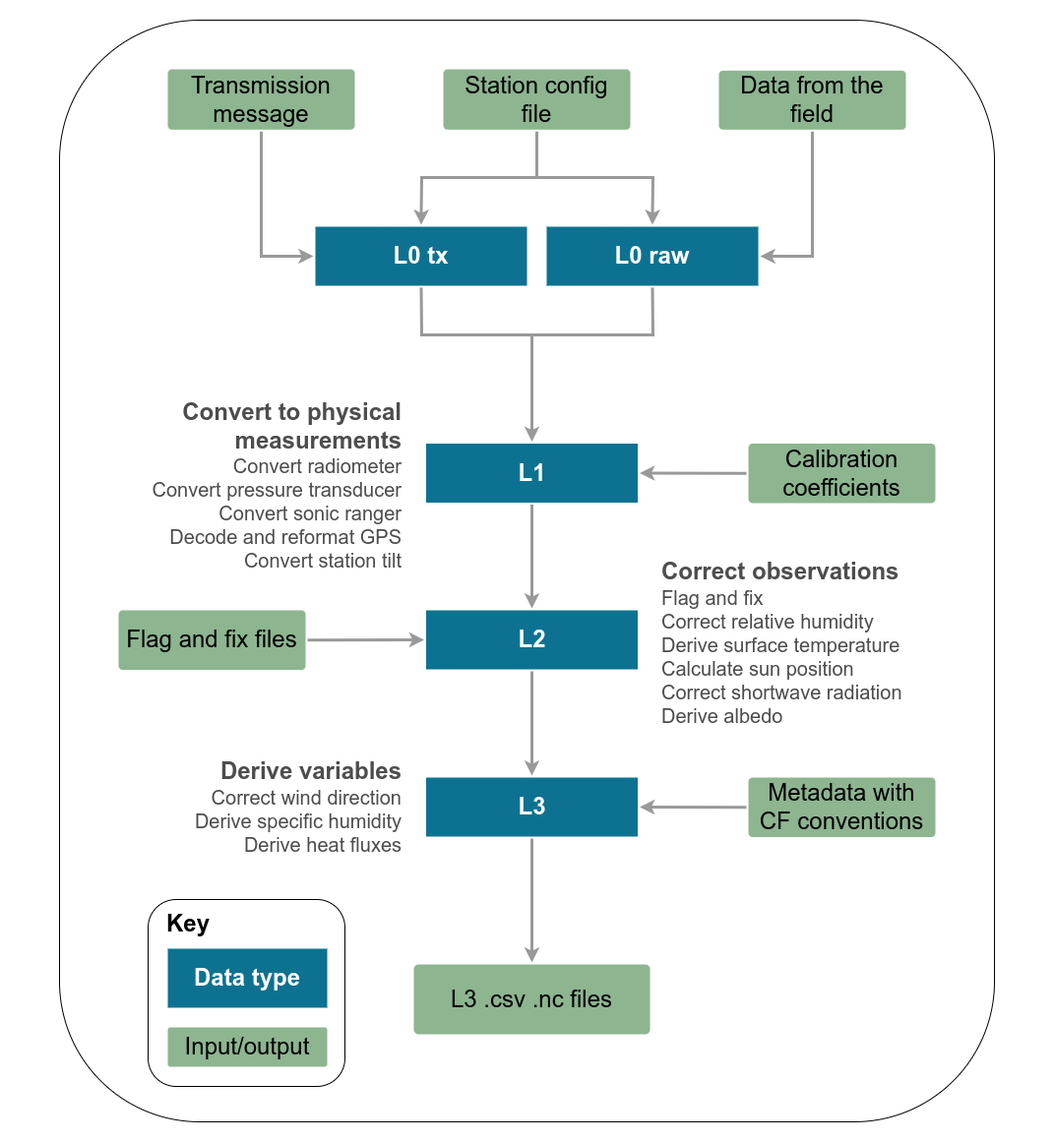
The draw.io diagram assets/images/pypromice_process_design.png in GEUS-Glaciology-and-Climate/geus-glaciology-and-climate.github.io, before a commit. Source tidied: cells renumbered, new cells last; positions are measured from the earlier drawing's top-left corner, leaving out a move shared by most shapes. The source it was exported from:
```xml
<mxGraphModel background="#ffffff">
  <root>
    <mxCell id="0" />
    <mxCell id="1" parent="0" />
    <mxCell id="2" style="rounded=1;whiteSpace=wrap;html=1;fontSize=24;fontColor=#000000;align=left;fillColor=#FFFFFF;" parent="1" vertex="1">
      <mxGeometry x="40" width="950" height="1120" as="geometry" />
    </mxCell>
    <mxCell id="3" value="L3" style="rounded=0;whiteSpace=wrap;html=1;shadow=0;labelBackgroundColor=none;strokeColor=none;strokeWidth=3;fontFamily=Helvetica;fontSize=24;fontColor=#FFFFFF;align=center;spacing=5;fontStyle=1;arcSize=7;perimeterSpacing=2;fillColor=#0D7291;" parent="1" vertex="1">
      <mxGeometry x="412.5" y="770" width="215" height="60" as="geometry" />
    </mxCell>
    <mxCell id="4" value="&lt;b&gt;&lt;font style=&quot;font-size: 24px;&quot;&gt;Correct observations&lt;/font&gt;&lt;/b&gt;&lt;br&gt;Flag and fix&lt;br&gt;Correct relative humidity&lt;br style=&quot;font-size: 20px;&quot;&gt;Derive surface temperature&lt;br style=&quot;font-size: 20px;&quot;&gt;Calculate sun position&lt;br style=&quot;font-size: 20px;&quot;&gt;Correct shortwave radiation&lt;br style=&quot;font-size: 20px;&quot;&gt;Derive albedo" style="text;html=1;strokeColor=none;fillColor=none;align=left;verticalAlign=middle;whiteSpace=wrap;rounded=0;fontSize=20;fontColor=#4D4D4D;" parent="1" vertex="1">
      <mxGeometry x="650" y="570" width="380" height="126.5" as="geometry" />
    </mxCell>
    <mxCell id="5" value="&lt;b&gt;&lt;font style=&quot;font-size: 24px;&quot;&gt;Convert to physical measurements&lt;/font&gt;&lt;/b&gt;&lt;br&gt;Convert radiometer&lt;br style=&quot;font-size: 20px;&quot;&gt;Convert pressure transducer&lt;br style=&quot;font-size: 20px;&quot;&gt;Convert sonic ranger&lt;br style=&quot;font-size: 20px;&quot;&gt;Decode and reformat GPS&lt;br style=&quot;font-size: 20px;&quot;&gt;Convert station tilt" style="text;html=1;strokeColor=none;fillColor=none;align=right;verticalAlign=middle;whiteSpace=wrap;rounded=0;fontSize=20;fontColor=#4D4D4D;" parent="1" vertex="1">
      <mxGeometry x="30" y="410" width="360" height="126.5" as="geometry" />
    </mxCell>
    <mxCell id="6" value="L3 .csv .nc files" style="rounded=1;whiteSpace=wrap;html=1;shadow=0;labelBackgroundColor=none;strokeColor=none;strokeWidth=3;fontFamily=Helvetica;fontSize=24;align=center;spacing=5;fontStyle=0;arcSize=7;perimeterSpacing=2;fillColor=#8DB590;" parent="1" vertex="1">
      <mxGeometry x="400" y="960" width="240" height="71" as="geometry" />
    </mxCell>
    <mxCell id="7" style="edgeStyle=none;rounded=0;jumpStyle=none;html=1;shadow=0;labelBackgroundColor=none;startArrow=none;startFill=0;jettySize=auto;strokeWidth=3;fontFamily=Helvetica;fontSize=24;fontColor=#FFFFFF;spacing=5;fontStyle=1;fillColor=#b0e3e6;strokeColor=#999999;exitX=0.5;exitY=1;exitDx=0;exitDy=0;entryX=0.5;entryY=0;entryDx=0;entryDy=0;" parent="1" edge="1" source="19" target="9">
      <mxGeometry relative="1" as="geometry">
        <Array as="points">
          <mxPoint x="408" y="320" />
          <mxPoint x="520" y="320" />
        </Array>
      </mxGeometry>
    </mxCell>
    <mxCell id="8" value="Calibration coefficients" style="rounded=1;whiteSpace=wrap;html=1;shadow=0;labelBackgroundColor=none;strokeColor=none;strokeWidth=3;fontFamily=Helvetica;fontSize=24;align=center;spacing=5;fontStyle=0;arcSize=7;perimeterSpacing=2;fillColor=#8DB590;" parent="1" vertex="1">
      <mxGeometry x="740" y="430.5" width="190" height="60.5" as="geometry" />
    </mxCell>
    <mxCell id="9" value="L1" style="rounded=0;whiteSpace=wrap;html=1;shadow=0;labelBackgroundColor=none;strokeColor=none;strokeWidth=3;fontFamily=Helvetica;fontSize=24;fontColor=#FFFFFF;align=center;spacing=5;fontStyle=1;arcSize=7;perimeterSpacing=2;fillColor=#0D7291;" parent="1" vertex="1">
      <mxGeometry x="412.5" y="430.5" width="215" height="60" as="geometry" />
    </mxCell>
    <mxCell id="10" value="L2" style="rounded=0;whiteSpace=wrap;html=1;shadow=0;labelBackgroundColor=none;strokeColor=none;strokeWidth=3;fontFamily=Helvetica;fontSize=24;fontColor=#FFFFFF;align=center;spacing=5;fontStyle=1;arcSize=7;perimeterSpacing=2;fillColor=#0D7291;" parent="1" vertex="1">
      <mxGeometry x="412.5" y="600" width="215" height="60" as="geometry" />
    </mxCell>
    <mxCell id="11" style="edgeStyle=none;rounded=0;jumpStyle=none;html=1;shadow=0;labelBackgroundColor=none;startArrow=none;startFill=0;jettySize=auto;strokeWidth=3;fontFamily=Helvetica;fontSize=24;fontColor=#FFFFFF;spacing=5;fontStyle=1;fillColor=#b0e3e6;strokeColor=#999999;entryX=0.5;entryY=0;entryDx=0;entryDy=0;exitX=0.5;exitY=1;exitDx=0;exitDy=0;" parent="1" edge="1" source="9" target="10">
      <mxGeometry relative="1" as="geometry" />
    </mxCell>
    <mxCell id="12" style="edgeStyle=none;rounded=0;jumpStyle=none;html=1;shadow=0;labelBackgroundColor=none;startArrow=none;startFill=0;jettySize=auto;strokeWidth=3;fontFamily=Helvetica;fontSize=24;fontColor=#FFFFFF;spacing=5;fontStyle=1;fillColor=#b0e3e6;strokeColor=#999999;entryX=0.5;entryY=0;entryDx=0;entryDy=0;exitX=0.5;exitY=1;exitDx=0;exitDy=0;" parent="1" edge="1" source="10" target="3">
      <mxGeometry relative="1" as="geometry" />
    </mxCell>
    <mxCell id="13" style="edgeStyle=none;rounded=0;jumpStyle=none;html=1;shadow=0;labelBackgroundColor=none;startArrow=none;startFill=0;jettySize=auto;strokeWidth=3;fontFamily=Helvetica;fontSize=24;fontColor=#FFFFFF;spacing=5;fontStyle=1;fillColor=#b0e3e6;strokeColor=#999999;entryX=0.5;entryY=0;entryDx=0;entryDy=0;exitX=0.5;exitY=1;exitDx=0;exitDy=0;" parent="1" edge="1" source="3" target="6">
      <mxGeometry relative="1" as="geometry" />
    </mxCell>
    <mxCell id="14" style="edgeStyle=none;rounded=0;jumpStyle=none;html=1;shadow=0;labelBackgroundColor=none;startArrow=none;startFill=0;jettySize=auto;strokeWidth=3;fontFamily=Helvetica;fontSize=24;fontColor=#FFFFFF;spacing=5;fontStyle=1;fillColor=#b0e3e6;strokeColor=#999999;exitX=0;exitY=0.5;exitDx=0;exitDy=0;entryX=1;entryY=0.5;entryDx=0;entryDy=0;" parent="1" edge="1" source="8" target="9">
      <mxGeometry relative="1" as="geometry" />
    </mxCell>
    <mxCell id="15" value="&lt;font style=&quot;font-size: 24px;&quot;&gt;&lt;b&gt;Derive variables&lt;/b&gt;&lt;/font&gt;&lt;br&gt;Correct wind direction&lt;br style=&quot;font-size: 20px;&quot;&gt;Derive specific humidity&lt;br style=&quot;font-size: 20px;&quot;&gt;Derive heat fluxes" style="text;html=1;strokeColor=none;fillColor=none;align=right;verticalAlign=middle;whiteSpace=wrap;rounded=0;fontSize=20;fontColor=#4D4D4D;" parent="1" vertex="1">
      <mxGeometry y="737" width="390" height="126.5" as="geometry" />
    </mxCell>
    <mxCell id="16" value="Transmission message" style="rounded=1;whiteSpace=wrap;html=1;shadow=0;labelBackgroundColor=none;strokeColor=none;strokeWidth=3;fontFamily=Helvetica;fontSize=24;align=center;spacing=5;fontStyle=0;arcSize=7;perimeterSpacing=2;fillColor=#8DB590;" parent="1" vertex="1">
      <mxGeometry x="150" y="50" width="190" height="61.3" as="geometry" />
    </mxCell>
    <mxCell id="17" style="edgeStyle=none;rounded=0;jumpStyle=none;html=1;shadow=0;labelBackgroundColor=none;startArrow=none;startFill=0;jettySize=auto;strokeWidth=3;fontFamily=Helvetica;fontSize=24;fontColor=#FFFFFF;spacing=5;fontStyle=1;fillColor=#b0e3e6;strokeColor=#999999;entryX=0;entryY=0.5;entryDx=0;entryDy=0;exitX=0.5;exitY=1;exitDx=0;exitDy=0;" parent="1" edge="1" source="16" target="19">
      <mxGeometry relative="1" as="geometry">
        <Array as="points">
          <mxPoint x="245" y="240" />
        </Array>
      </mxGeometry>
    </mxCell>
    <mxCell id="18" value="Data from the field" style="rounded=1;whiteSpace=wrap;html=1;shadow=0;labelBackgroundColor=none;strokeColor=none;strokeWidth=3;fontFamily=Helvetica;fontSize=24;align=center;spacing=5;fontStyle=0;arcSize=7;perimeterSpacing=2;fillColor=#8DB590;" parent="1" vertex="1">
      <mxGeometry x="710" y="51.3" width="190" height="60" as="geometry" />
    </mxCell>
    <mxCell id="19" value="L0 tx" style="rounded=0;whiteSpace=wrap;html=1;shadow=0;labelBackgroundColor=none;strokeColor=none;strokeWidth=3;fontFamily=Helvetica;fontSize=24;fontColor=#FFFFFF;align=center;spacing=5;fontStyle=1;arcSize=7;perimeterSpacing=2;fillColor=#0D7291;" parent="1" vertex="1">
      <mxGeometry x="300" y="210" width="215" height="60" as="geometry" />
    </mxCell>
    <mxCell id="20" value="L0 raw" style="rounded=0;whiteSpace=wrap;html=1;shadow=0;labelBackgroundColor=none;strokeColor=none;strokeWidth=3;fontFamily=Helvetica;fontSize=24;fontColor=#FFFFFF;align=center;spacing=5;fontStyle=1;arcSize=7;perimeterSpacing=2;fillColor=#0D7291;" parent="1" vertex="1">
      <mxGeometry x="535" y="210" width="215" height="60" as="geometry" />
    </mxCell>
    <mxCell id="21" style="edgeStyle=none;rounded=0;jumpStyle=none;html=1;shadow=0;labelBackgroundColor=none;startArrow=none;startFill=0;jettySize=auto;strokeWidth=3;fontFamily=Helvetica;fontSize=24;fontColor=#FFFFFF;spacing=5;fontStyle=1;fillColor=#b0e3e6;strokeColor=#999999;exitX=0.5;exitY=1;exitDx=0;exitDy=0;entryX=1;entryY=0.5;entryDx=0;entryDy=0;" parent="1" edge="1" source="18" target="20">
      <mxGeometry relative="1" as="geometry">
        <Array as="points">
          <mxPoint x="805" y="240" />
        </Array>
      </mxGeometry>
    </mxCell>
    <mxCell id="22" style="edgeStyle=none;rounded=0;jumpStyle=none;html=1;shadow=0;labelBackgroundColor=none;startArrow=none;startFill=0;jettySize=auto;strokeWidth=3;fontFamily=Helvetica;fontSize=24;fontColor=#FFFFFF;spacing=5;fontStyle=1;fillColor=#b0e3e6;strokeColor=#999999;exitX=0.5;exitY=1;exitDx=0;exitDy=0;endArrow=none;endFill=0;" parent="1" edge="1" source="20">
      <mxGeometry relative="1" as="geometry">
        <mxPoint x="520" y="320" as="targetPoint" />
        <Array as="points">
          <mxPoint x="643" y="320" />
        </Array>
      </mxGeometry>
    </mxCell>
    <mxCell id="23" value="Metadata with CF conventions" style="rounded=1;whiteSpace=wrap;html=1;shadow=0;labelBackgroundColor=none;strokeColor=none;strokeWidth=3;fontFamily=Helvetica;fontSize=24;align=center;spacing=5;fontStyle=0;arcSize=7;perimeterSpacing=2;fillColor=#8DB590;" parent="1" vertex="1">
      <mxGeometry x="740" y="770" width="190" height="60.5" as="geometry" />
    </mxCell>
    <mxCell id="24" style="edgeStyle=none;rounded=0;jumpStyle=none;html=1;shadow=0;labelBackgroundColor=none;startArrow=none;startFill=0;jettySize=auto;strokeWidth=3;fontFamily=Helvetica;fontSize=24;fontColor=#FFFFFF;spacing=5;fontStyle=1;fillColor=#b0e3e6;strokeColor=#999999;exitX=0;exitY=0.5;exitDx=0;exitDy=0;entryX=1;entryY=0.5;entryDx=0;entryDy=0;" parent="1" edge="1" source="23" target="3">
      <mxGeometry relative="1" as="geometry" />
    </mxCell>
    <mxCell id="25" value="Station config file" style="rounded=1;whiteSpace=wrap;html=1;shadow=0;labelBackgroundColor=none;strokeColor=none;strokeWidth=3;fontFamily=Helvetica;fontSize=24;align=center;spacing=5;fontStyle=0;arcSize=7;perimeterSpacing=2;fillColor=#8DB590;" parent="1" vertex="1">
      <mxGeometry x="430" y="50" width="190" height="61.3" as="geometry" />
    </mxCell>
    <mxCell id="26" style="edgeStyle=none;rounded=0;jumpStyle=none;html=1;shadow=0;labelBackgroundColor=none;startArrow=none;startFill=0;jettySize=auto;strokeWidth=3;fontFamily=Helvetica;fontSize=24;fontColor=#FFFFFF;spacing=5;fontStyle=1;fillColor=#b0e3e6;strokeColor=#999999;entryX=0.5;entryY=0;entryDx=0;entryDy=0;exitX=0.5;exitY=1;exitDx=0;exitDy=0;" parent="1" edge="1" source="25" target="19">
      <mxGeometry relative="1" as="geometry">
        <Array as="points">
          <mxPoint x="525" y="160" />
          <mxPoint x="408" y="160" />
        </Array>
      </mxGeometry>
    </mxCell>
    <mxCell id="27" style="edgeStyle=none;rounded=0;jumpStyle=none;html=1;shadow=0;labelBackgroundColor=none;startArrow=none;startFill=0;jettySize=auto;strokeWidth=3;fontFamily=Helvetica;fontSize=24;fontColor=#FFFFFF;spacing=5;fontStyle=1;fillColor=#b0e3e6;strokeColor=#999999;entryX=0.5;entryY=0;entryDx=0;entryDy=0;" parent="1" edge="1" target="20">
      <mxGeometry relative="1" as="geometry">
        <mxPoint x="520" y="160" as="sourcePoint" />
        <Array as="points">
          <mxPoint x="643" y="160" />
        </Array>
      </mxGeometry>
    </mxCell>
    <mxCell id="28" value="Flag and fix files" style="rounded=1;whiteSpace=wrap;html=1;shadow=0;labelBackgroundColor=none;strokeColor=none;strokeWidth=3;fontFamily=Helvetica;fontSize=24;align=center;spacing=5;fontStyle=0;arcSize=7;perimeterSpacing=2;fillColor=#8DB590;" parent="1" vertex="1">
      <mxGeometry x="100" y="600" width="190" height="60.5" as="geometry" />
    </mxCell>
    <mxCell id="29" style="edgeStyle=none;rounded=0;jumpStyle=none;html=1;shadow=0;labelBackgroundColor=none;startArrow=none;startFill=0;jettySize=auto;strokeWidth=3;fontFamily=Helvetica;fontSize=24;fontColor=#FFFFFF;spacing=5;fontStyle=1;fillColor=#b0e3e6;strokeColor=#999999;exitX=1;exitY=0.5;exitDx=0;exitDy=0;entryX=0;entryY=0.5;entryDx=0;entryDy=0;" parent="1" edge="1" source="28" target="10">
      <mxGeometry relative="1" as="geometry" />
    </mxCell>
    <mxCell id="30" style="group;" parent="1" vertex="1">
      <mxGeometry x="130" y="894" width="200" height="190" as="geometry" />
    </mxCell>
    <mxCell id="31" style="rounded=1;whiteSpace=wrap;html=1;fontSize=24;fontColor=#000000;align=left;fillColor=none;" parent="30" vertex="1">
      <mxGeometry width="200" height="190" as="geometry" />
    </mxCell>
    <mxCell id="32" value="Input/output" style="rounded=1;whiteSpace=wrap;html=1;shadow=0;labelBackgroundColor=none;strokeColor=none;strokeWidth=3;fontFamily=Helvetica;fontSize=24;align=center;spacing=5;fontStyle=0;arcSize=7;perimeterSpacing=2;fillColor=#8DB590;" parent="30" vertex="1">
      <mxGeometry x="20" y="130" width="162" height="40" as="geometry" />
    </mxCell>
    <mxCell id="33" value="Data type" style="rounded=0;whiteSpace=wrap;html=1;shadow=0;labelBackgroundColor=none;strokeColor=none;strokeWidth=3;fontFamily=Helvetica;fontSize=24;fontColor=#FFFFFF;align=center;spacing=5;fontStyle=1;arcSize=7;perimeterSpacing=2;fillColor=#0D7291;" parent="30" vertex="1">
      <mxGeometry x="20" y="50" width="162" height="60" as="geometry" />
    </mxCell>
    <mxCell id="34" value="&lt;b style=&quot;font-size: 24px;&quot;&gt;&lt;font style=&quot;font-size: 24px;&quot;&gt;Key&lt;/font&gt;&lt;/b&gt;" style="text;html=1;strokeColor=none;fillColor=none;align=center;verticalAlign=middle;whiteSpace=wrap;rounded=0;fontSize=24;fontColor=#000000;" parent="30" vertex="1">
      <mxGeometry x="21" y="15" width="40" height="20" as="geometry" />
    </mxCell>
  </root>
</mxGraphModel>
```
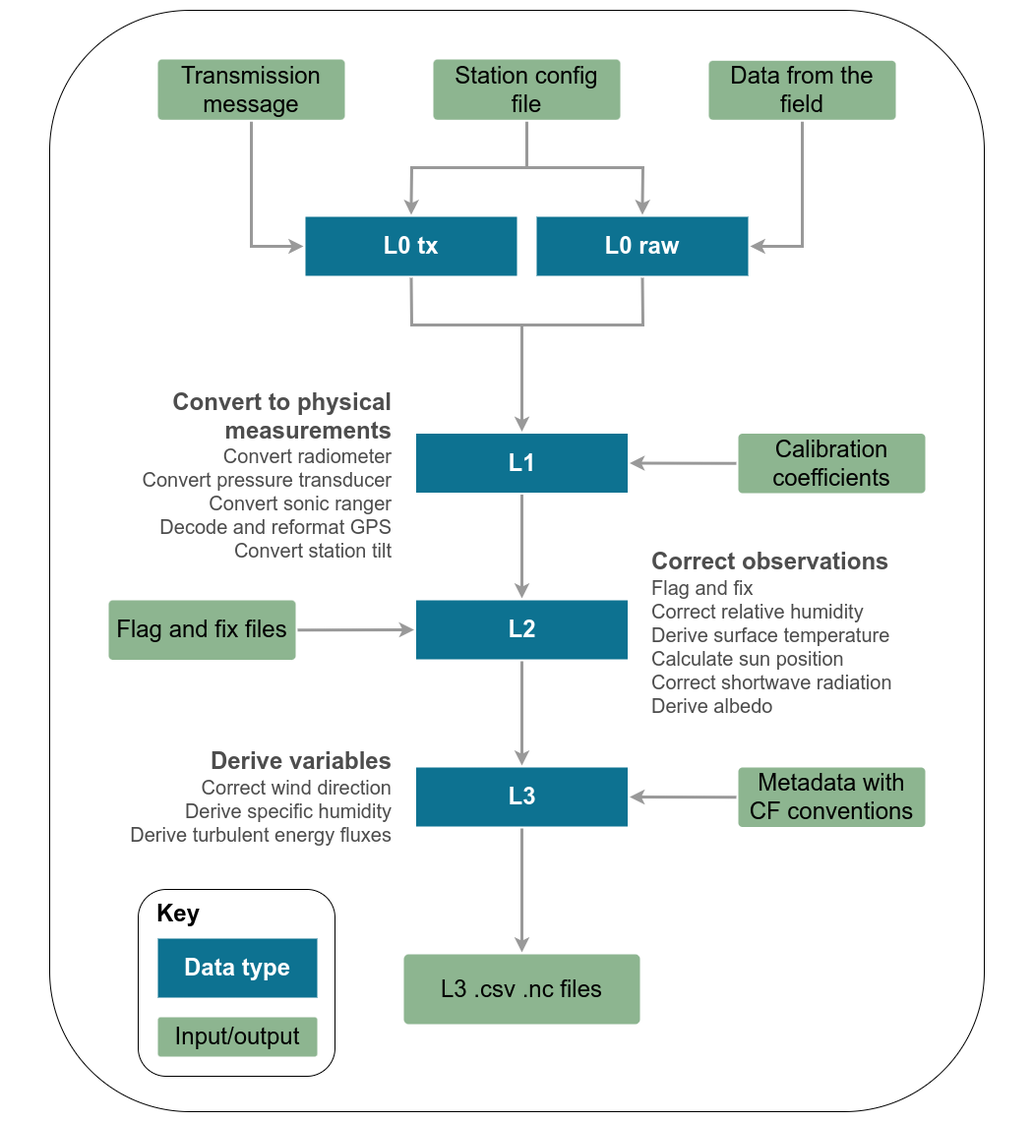
The same diagram one commit later.

Commit message:
Heat flux edit

What changed in the source:
```diff
@@ -46,7 +46,7 @@
     <mxCell id="14" style="edgeStyle=none;rounded=0;jumpStyle=none;html=1;shadow=0;labelBackgroundColor=none;startArrow=none;startFill=0;jettySize=auto;strokeWidth=3;fontFamily=Helvetica;fontSize=24;fontColor=#FFFFFF;spacing=5;fontStyle=1;fillColor=#b0e3e6;strokeColor=#999999;exitX=0;exitY=0.5;exitDx=0;exitDy=0;entryX=1;entryY=0.5;entryDx=0;entryDy=0;" parent="1" edge="1" source="8" target="9">
       <mxGeometry relative="1" as="geometry" />
     </mxCell>
-    <mxCell id="15" value="&lt;font style=&quot;font-size: 24px;&quot;&gt;&lt;b&gt;Derive variables&lt;/b&gt;&lt;/font&gt;&lt;br&gt;Correct wind direction&lt;br style=&quot;font-size: 20px;&quot;&gt;Derive specific humidity&lt;br style=&quot;font-size: 20px;&quot;&gt;Derive heat fluxes" style="text;html=1;strokeColor=none;fillColor=none;align=right;verticalAlign=middle;whiteSpace=wrap;rounded=0;fontSize=20;fontColor=#4D4D4D;" parent="1" vertex="1">
+    <mxCell id="15" value="&lt;font style=&quot;font-size: 24px;&quot;&gt;&lt;b&gt;Derive variables&lt;/b&gt;&lt;/font&gt;&lt;br&gt;Correct wind direction&lt;br style=&quot;font-size: 20px;&quot;&gt;Derive specific humidity&lt;br style=&quot;font-size: 20px;&quot;&gt;Derive turbulent energy fluxes" style="text;html=1;strokeColor=none;fillColor=none;align=right;verticalAlign=middle;whiteSpace=wrap;rounded=0;fontSize=20;fontColor=#4D4D4D;" parent="1" vertex="1">
       <mxGeometry y="737" width="390" height="126.5" as="geometry" />
     </mxCell>
     <mxCell id="16" value="Transmission message" style="rounded=1;whiteSpace=wrap;html=1;shadow=0;labelBackgroundColor=none;strokeColor=none;strokeWidth=3;fontFamily=Helvetica;fontSize=24;align=center;spacing=5;fontStyle=0;arcSize=7;perimeterSpacing=2;fillColor=#8DB590;" parent="1" vertex="1">
```
